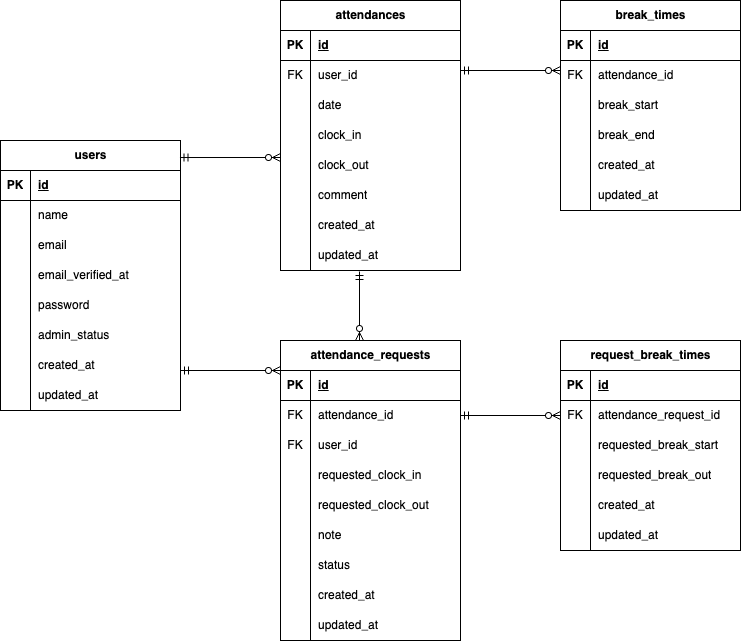
Earlier version of the draw.io export docs/er.drawio.png (YumiOotake/Attendance-Management-test). Source tidied: cells renumbered, new cells last; positions are measured from the earlier drawing's top-left corner, leaving out a move shared by most shapes.
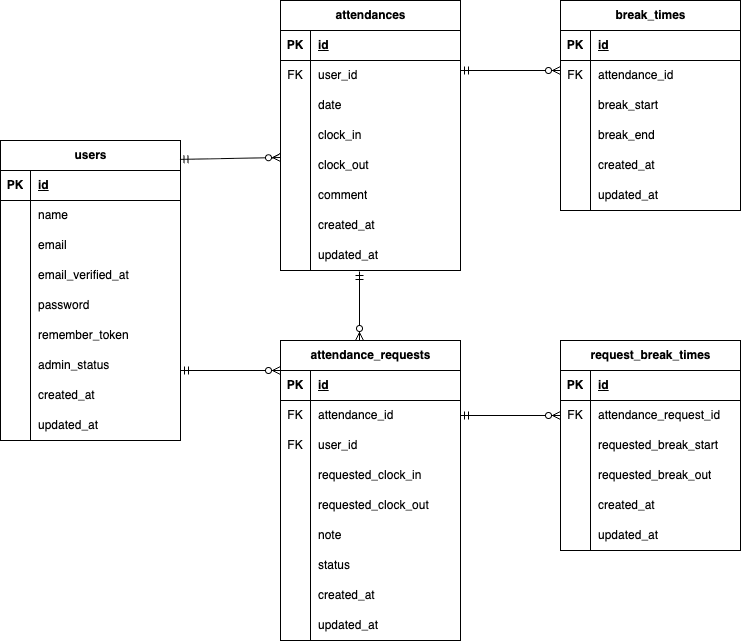
After the change.

The edit, as a diff of the source:
```diff
@@ -3,7 +3,7 @@
     <mxCell id="0" />
     <mxCell id="1" parent="0" />
     <mxCell id="2" value="users" style="shape=table;startSize=30;rowLines=0;fontStyle=1;align=center;html=1;" parent="1" vertex="1">
-      <mxGeometry y="140" width="180" height="270" as="geometry" />
+      <mxGeometry y="140" width="180" height="300" as="geometry" />
     </mxCell>
     <mxCell id="3" style="shape=tableRow;horizontal=0;startSize=0;swimlaneHead=0;swimlaneBody=0;fillColor=none;top=0;left=0;right=0;bottom=1;" parent="2" vertex="1">
       <mxGeometry y="30" width="180" height="30" as="geometry" />
@@ -56,7 +56,7 @@
     <mxCell id="19" style="shape=partialRectangle;fillColor=none;top=0;left=0;bottom=0;right=0;overflow=hidden;whiteSpace=wrap;html=1;" parent="18" vertex="1">
       <mxGeometry width="30" height="30" as="geometry" />
     </mxCell>
-    <mxCell id="20" value="admin_status" style="shape=partialRectangle;fillColor=none;top=0;left=0;bottom=0;right=0;align=left;spacingLeft=6;overflow=hidden;whiteSpace=wrap;html=1;" parent="18" vertex="1">
+    <mxCell id="20" value="remember_token" style="shape=partialRectangle;fillColor=none;top=0;left=0;bottom=0;right=0;align=left;spacingLeft=6;overflow=hidden;whiteSpace=wrap;html=1;" parent="18" vertex="1">
       <mxGeometry x="30" width="150" height="30" as="geometry" />
     </mxCell>
     <mxCell id="21" style="shape=tableRow;horizontal=0;startSize=0;swimlaneHead=0;swimlaneBody=0;fillColor=none;top=0;left=0;right=0;bottom=0;" parent="2" vertex="1">
@@ -65,7 +65,7 @@
     <mxCell id="22" style="shape=partialRectangle;fillColor=none;top=0;left=0;bottom=0;right=0;overflow=hidden;whiteSpace=wrap;html=1;" parent="21" vertex="1">
       <mxGeometry width="30" height="30" as="geometry" />
     </mxCell>
-    <mxCell id="23" value="created_at" style="shape=partialRectangle;fillColor=none;top=0;left=0;bottom=0;right=0;align=left;spacingLeft=6;overflow=hidden;whiteSpace=wrap;html=1;" parent="21" vertex="1">
+    <mxCell id="23" value="&lt;span style=&quot;color: rgb(0, 0, 0);&quot;&gt;admin_status&lt;/span&gt;" style="shape=partialRectangle;fillColor=none;top=0;left=0;bottom=0;right=0;align=left;spacingLeft=6;overflow=hidden;whiteSpace=wrap;html=1;" parent="21" vertex="1">
       <mxGeometry x="30" width="150" height="30" as="geometry" />
     </mxCell>
     <mxCell id="24" style="shape=tableRow;horizontal=0;startSize=0;swimlaneHead=0;swimlaneBody=0;fillColor=none;top=0;left=0;right=0;bottom=0;" parent="2" vertex="1">
@@ -74,9 +74,18 @@
     <mxCell id="25" style="shape=partialRectangle;fillColor=none;top=0;left=0;bottom=0;right=0;overflow=hidden;whiteSpace=wrap;html=1;" parent="24" vertex="1">
       <mxGeometry width="30" height="30" as="geometry" />
     </mxCell>
-    <mxCell id="26" value="updated_at" style="shape=partialRectangle;fillColor=none;top=0;left=0;bottom=0;right=0;align=left;spacingLeft=6;overflow=hidden;whiteSpace=wrap;html=1;" parent="24" vertex="1">
+    <mxCell id="26" value="&lt;span style=&quot;color: rgb(0, 0, 0);&quot;&gt;created_at&lt;/span&gt;" style="shape=partialRectangle;fillColor=none;top=0;left=0;bottom=0;right=0;align=left;spacingLeft=6;overflow=hidden;whiteSpace=wrap;html=1;" parent="24" vertex="1">
       <mxGeometry x="30" width="150" height="30" as="geometry" />
     </mxCell>
+    <mxCell id="123" style="shape=tableRow;horizontal=0;startSize=0;swimlaneHead=0;swimlaneBody=0;fillColor=none;top=0;left=0;right=0;bottom=0;" parent="2" vertex="1">
+      <mxGeometry y="270" width="180" height="30" as="geometry" />
+    </mxCell>
+    <mxCell id="124" style="shape=partialRectangle;fillColor=none;top=0;left=0;bottom=0;right=0;overflow=hidden;whiteSpace=wrap;html=1;" parent="123" vertex="1">
+      <mxGeometry width="30" height="30" as="geometry" />
+    </mxCell>
+    <mxCell id="125" value="&lt;span style=&quot;color: rgb(0, 0, 0);&quot;&gt;updated_at&lt;/span&gt;" style="shape=partialRectangle;fillColor=none;top=0;left=0;bottom=0;right=0;align=left;spacingLeft=6;overflow=hidden;whiteSpace=wrap;html=1;" parent="123" vertex="1">
+      <mxGeometry x="30" width="150" height="30" as="geometry" />
+    </mxCell>
     <mxCell id="27" value="attendances" style="shape=table;startSize=30;rowLines=0;fontStyle=1;align=center;html=1;" parent="1" vertex="1">
       <mxGeometry x="280" width="180" height="270" as="geometry" />
     </mxCell>
```
